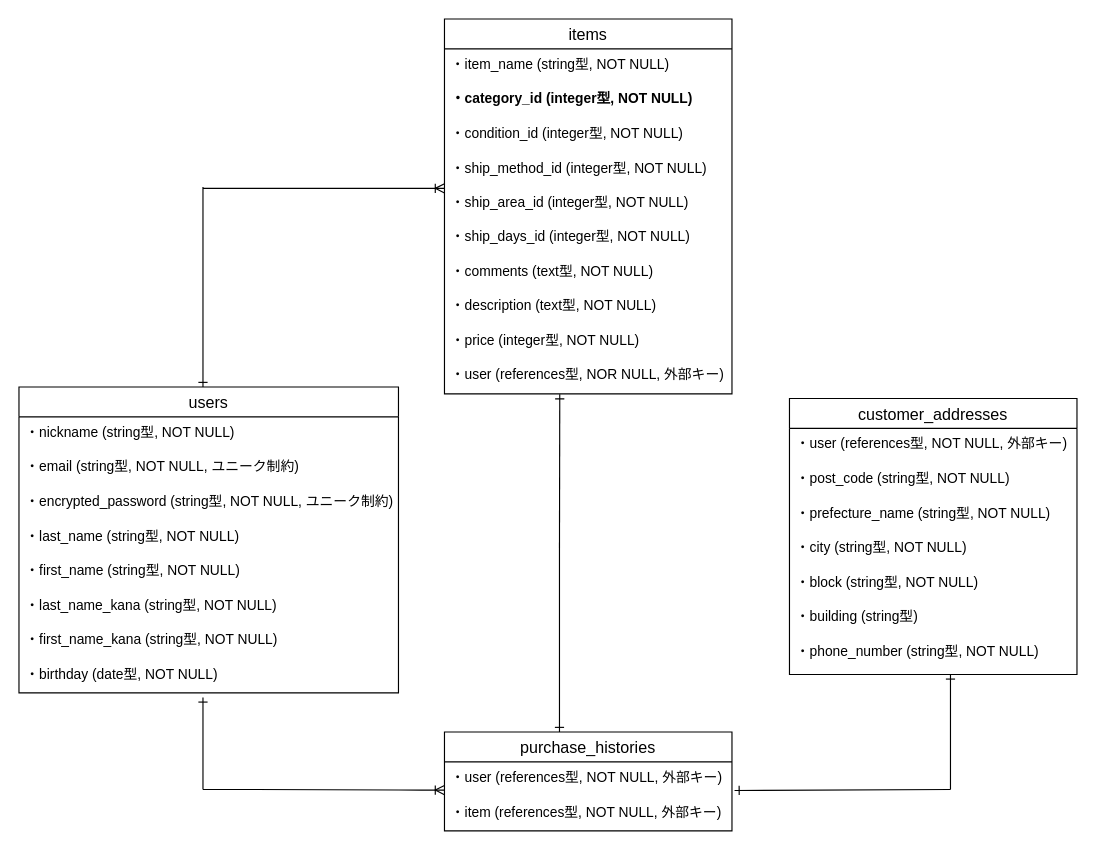
Above: furima.dio in sin-bit0731/furima-39482 (draw.io), before the change. Source tidied: cells renumbered, new cells numbered last; positions are measured from the earlier drawing's top-left corner, leaving out a move shared by most shapes. Both pictures are drawn from the tidied source at 115%, with x=0, y=0 at pixel (18, 18).
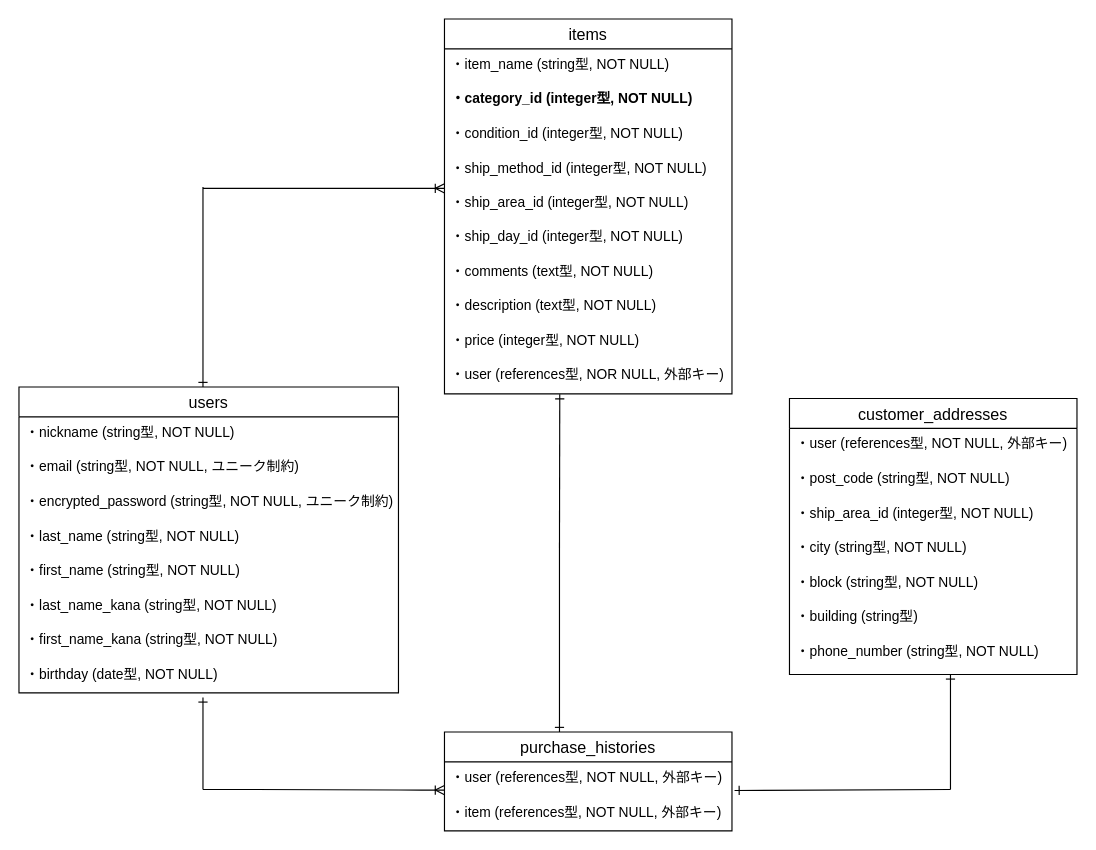
The same diagram, later.

Commit message (it also covers changes not shown here):
ER図・テーブル設計の修正3

Unchanged cells that the change refers to:
```xml
<mxCell id="12" value="items" style="swimlane;fontStyle=0;horizontal=1;startSize=26;align=center;fontSize=14;" parent="1" vertex="1">
  <mxGeometry x="370" width="250" height="326" as="geometry" />
</mxCell>
<mxCell id="26" value="customer_addresses" style="swimlane;fontStyle=0;horizontal=1;startSize=26;align=center;fontSize=14;" parent="1" vertex="1">
  <mxGeometry x="670" y="330" width="250" height="240" as="geometry" />
</mxCell>
```

Diff of the diagram source:
```diff
@@
-    <mxCell id="18" value="・ship_days_id (integer型, NOT NULL)" style="text;strokeColor=none;fillColor=none;spacingLeft=4;spacingRight=4;overflow=hidden;fontSize=12;" parent="12" vertex="1">
+    <mxCell id="18" value="・ship_day_id (integer型, NOT NULL)" style="text;strokeColor=none;fillColor=none;spacingLeft=4;spacingRight=4;overflow=hidden;fontSize=12;" parent="12" vertex="1">
       <mxGeometry y="176" width="250" height="30" as="geometry" />
     </mxCell>
@@
-    <mxCell id="29" value="・prefecture_name (string型, NOT NULL)" style="text;strokeColor=none;fillColor=none;spacingLeft=4;spacingRight=4;overflow=hidden;fontSize=12;" parent="26" vertex="1">
+    <mxCell id="29" value="・ship_area_id (integer型, NOT NULL)" style="text;strokeColor=none;fillColor=none;spacingLeft=4;spacingRight=4;overflow=hidden;fontSize=12;" parent="26" vertex="1">
       <mxGeometry y="86" width="250" height="30" as="geometry" />
     </mxCell>
```
